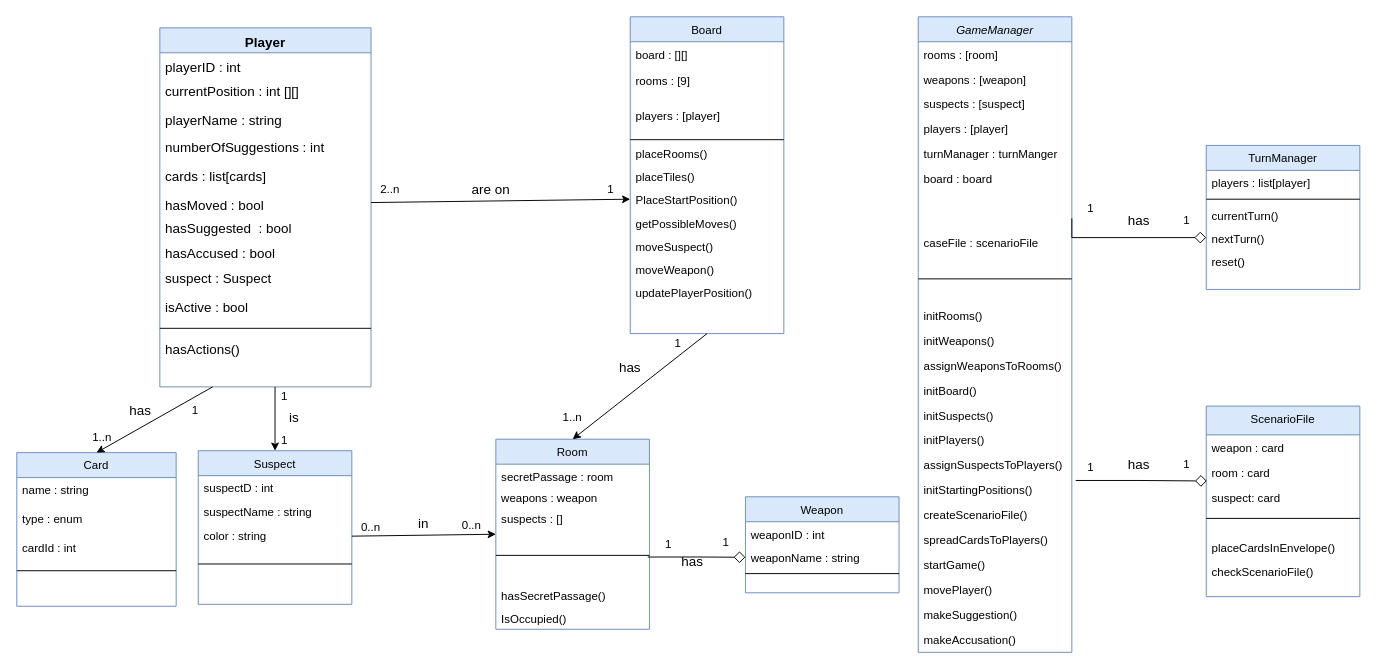
This is uml-diagram.drawio from Acelhaka/Clueless-game, a draw.io file, before an edit. Source tidied: cells renumbered, new cells numbered last; positions are measured from the earlier drawing's top-left corner, leaving out a move shared by most shapes. Both pictures are drawn from the tidied source at 96%, with x=0, y=0 at pixel (16, 16).
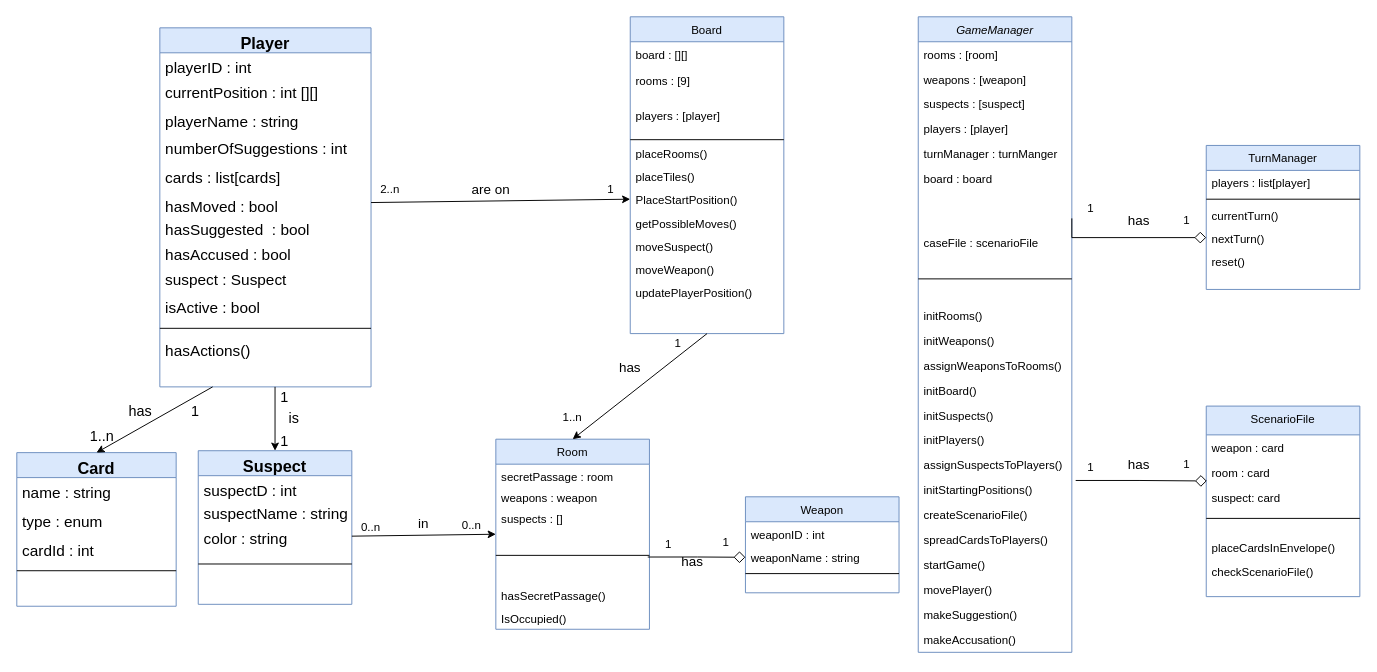
The same diagram, later.

The edit, as a diff of the source:
```diff
@@
-    <mxCell id="21" value="Player" style="swimlane;fontStyle=1;align=center;verticalAlign=top;horizontal=1;startSize=26;rounded=0;shadow=0;strokeWidth=1;swimlaneFillColor=none;fillColor=#dae8fc;strokeColor=#6c8ebf;fontSize=14;" parent="1" vertex="1">
+    <mxCell id="21" value="Player" style="swimlane;fontStyle=1;align=center;verticalAlign=top;horizontal=1;startSize=26;rounded=0;shadow=0;strokeWidth=1;swimlaneFillColor=none;fillColor=#dae8fc;strokeColor=#6c8ebf;fontSize=17;" parent="1" vertex="1">
       <mxGeometry x="149" y="11.5" width="220" height="374" as="geometry" />
     </mxCell>
-    <mxCell id="22" value="playerID : int" style="text;align=left;verticalAlign=top;spacingLeft=4;spacingRight=4;overflow=hidden;fontSize=14;" parent="21" vertex="1">
+    <mxCell id="22" value="playerID : int" style="text;align=left;verticalAlign=top;spacingLeft=4;spacingRight=4;overflow=hidden;fontSize=16;" parent="21" vertex="1">
       <mxGeometry y="26" width="220" height="26" as="geometry" />
     </mxCell>
-    <mxCell id="23" value="currentPosition : int [][]" style="text;align=left;verticalAlign=top;spacingLeft=4;spacingRight=4;overflow=hidden;rounded=0;shadow=0;html=0;fontSize=14;" parent="21" vertex="1">
+    <mxCell id="23" value="currentPosition : int [][]" style="text;align=left;verticalAlign=top;spacingLeft=4;spacingRight=4;overflow=hidden;rounded=0;shadow=0;html=0;fontSize=16;" parent="21" vertex="1">
       <mxGeometry y="52" width="220" height="30" as="geometry" />
     </mxCell>
-    <mxCell id="24" value="playerName : string" style="text;align=left;verticalAlign=top;spacingLeft=4;spacingRight=4;overflow=hidden;rounded=0;shadow=0;html=0;fontSize=14;" parent="21" vertex="1">
+    <mxCell id="24" value="playerName : string" style="text;align=left;verticalAlign=top;spacingLeft=4;spacingRight=4;overflow=hidden;rounded=0;shadow=0;html=0;fontSize=16;" parent="21" vertex="1">
       <mxGeometry y="82" width="220" height="28" as="geometry" />
     </mxCell>
-    <mxCell id="25" value="numberOfSuggestions : int" style="text;align=left;verticalAlign=top;spacingLeft=4;spacingRight=4;overflow=hidden;rounded=0;shadow=0;html=0;fontSize=14;" parent="21" vertex="1">
+    <mxCell id="25" value="numberOfSuggestions : int" style="text;align=left;verticalAlign=top;spacingLeft=4;spacingRight=4;overflow=hidden;rounded=0;shadow=0;html=0;fontSize=16;" parent="21" vertex="1">
       <mxGeometry y="110" width="220" height="30" as="geometry" />
     </mxCell>
-    <mxCell id="26" value="cards : list[cards]&#10;" style="text;align=left;verticalAlign=top;spacingLeft=4;spacingRight=4;overflow=hidden;rounded=0;shadow=0;html=0;fontSize=14;" parent="21" vertex="1">
+    <mxCell id="26" value="cards : list[cards]&#10;" style="text;align=left;verticalAlign=top;spacingLeft=4;spacingRight=4;overflow=hidden;rounded=0;shadow=0;html=0;fontSize=16;" parent="21" vertex="1">
       <mxGeometry y="140" width="220" height="30" as="geometry" />
     </mxCell>
-    <mxCell id="27" value="hasMoved : bool" style="text;align=left;verticalAlign=top;spacingLeft=4;spacingRight=4;overflow=hidden;points=[[0,0.5],[1,0.5]];portConstraint=eastwest;fontSize=14;" parent="21" vertex="1">
+    <mxCell id="27" value="hasMoved : bool" style="text;align=left;verticalAlign=top;spacingLeft=4;spacingRight=4;overflow=hidden;points=[[0,0.5],[1,0.5]];portConstraint=eastwest;fontSize=16;" parent="21" vertex="1">
       <mxGeometry y="170" width="220" height="24" as="geometry" />
     </mxCell>
-    <mxCell id="28" value="hasSuggested  : bool" style="text;align=left;verticalAlign=top;spacingLeft=4;spacingRight=4;overflow=hidden;fontSize=14;" parent="21" vertex="1">
+    <mxCell id="28" value="hasSuggested  : bool" style="text;align=left;verticalAlign=top;spacingLeft=4;spacingRight=4;overflow=hidden;fontSize=16;" parent="21" vertex="1">
       <mxGeometry y="194" width="220" height="26" as="geometry" />
     </mxCell>
-    <mxCell id="29" value="hasAccused : bool" style="text;align=left;verticalAlign=top;spacingLeft=4;spacingRight=4;overflow=hidden;fontSize=14;" parent="21" vertex="1">
+    <mxCell id="29" value="hasAccused : bool" style="text;align=left;verticalAlign=top;spacingLeft=4;spacingRight=4;overflow=hidden;fontSize=16;" parent="21" vertex="1">
       <mxGeometry y="220" width="220" height="26" as="geometry" />
     </mxCell>
-    <mxCell id="30" value="suspect : Suspect" style="text;align=left;verticalAlign=top;spacingLeft=4;spacingRight=4;overflow=hidden;rounded=0;shadow=0;html=0;fontSize=14;" parent="21" vertex="1">
+    <mxCell id="30" value="suspect : Suspect" style="text;align=left;verticalAlign=top;spacingLeft=4;spacingRight=4;overflow=hidden;rounded=0;shadow=0;html=0;fontSize=16;" parent="21" vertex="1">
       <mxGeometry y="246" width="220" height="30" as="geometry" />
     </mxCell>
-    <mxCell id="31" value="isActive : bool" style="text;align=left;verticalAlign=top;spacingLeft=4;spacingRight=4;overflow=hidden;rounded=0;shadow=0;html=0;fontSize=14;" parent="21" vertex="1">
+    <mxCell id="31" value="isActive : bool" style="text;align=left;verticalAlign=top;spacingLeft=4;spacingRight=4;overflow=hidden;rounded=0;shadow=0;html=0;fontSize=16;" parent="21" vertex="1">
       <mxGeometry y="276" width="220" height="30" as="geometry" />
     </mxCell>
@@
-    <mxCell id="33" value="hasActions()" style="text;align=left;verticalAlign=top;spacingLeft=4;spacingRight=4;overflow=hidden;fontSize=14;" parent="21" vertex="1">
+    <mxCell id="33" value="hasActions()" style="text;align=left;verticalAlign=top;spacingLeft=4;spacingRight=4;overflow=hidden;fontSize=16;" parent="21" vertex="1">
       <mxGeometry y="320" width="220" height="24" as="geometry" />
     </mxCell>
-    <mxCell id="34" value="Card" style="swimlane;fontStyle=0;align=center;verticalAlign=top;horizontal=1;startSize=26;rounded=0;shadow=0;strokeWidth=1;swimlaneFillColor=none;fillColor=#dae8fc;strokeColor=#6c8ebf;" parent="1" vertex="1">
+    <mxCell id="34" value="Card" style="swimlane;fontStyle=1;align=center;verticalAlign=top;horizontal=1;startSize=26;rounded=0;shadow=0;strokeWidth=1;swimlaneFillColor=none;fillColor=#dae8fc;strokeColor=#6c8ebf;fontSize=17;" parent="1" vertex="1">
       <mxGeometry y="454" width="166" height="160" as="geometry" />
     </mxCell>
-    <mxCell id="35" value="name : string" style="text;align=left;verticalAlign=top;spacingLeft=4;spacingRight=4;overflow=hidden;rounded=0;shadow=0;html=0;" parent="34" vertex="1">
+    <mxCell id="35" value="name : string" style="text;align=left;verticalAlign=top;spacingLeft=4;spacingRight=4;overflow=hidden;rounded=0;shadow=0;html=0;fontSize=16;" parent="34" vertex="1">
       <mxGeometry y="26" width="166" height="30" as="geometry" />
     </mxCell>
-    <mxCell id="36" value="type : enum" style="text;align=left;verticalAlign=top;spacingLeft=4;spacingRight=4;overflow=hidden;rounded=0;shadow=0;html=0;" parent="34" vertex="1">
+    <mxCell id="36" value="type : enum" style="text;align=left;verticalAlign=top;spacingLeft=4;spacingRight=4;overflow=hidden;rounded=0;shadow=0;html=0;fontSize=16;" parent="34" vertex="1">
       <mxGeometry y="56" width="166" height="30" as="geometry" />
     </mxCell>
-    <mxCell id="37" value="cardId : int" style="text;align=left;verticalAlign=top;spacingLeft=4;spacingRight=4;overflow=hidden;rounded=0;shadow=0;html=0;" parent="34" vertex="1">
+    <mxCell id="37" value="cardId : int" style="text;align=left;verticalAlign=top;spacingLeft=4;spacingRight=4;overflow=hidden;rounded=0;shadow=0;html=0;fontSize=16;" parent="34" vertex="1">
       <mxGeometry y="86" width="166" height="30" as="geometry" />
     </mxCell>
@@
-    <mxCell id="50" value="Suspect" style="swimlane;fontStyle=0;align=center;verticalAlign=top;horizontal=1;startSize=26;rounded=0;shadow=0;strokeWidth=1;swimlaneFillColor=none;fillColor=#dae8fc;strokeColor=#6c8ebf;" parent="1" vertex="1">
+    <mxCell id="50" value="Suspect" style="swimlane;fontStyle=1;align=center;verticalAlign=top;horizontal=1;startSize=26;rounded=0;shadow=0;strokeWidth=1;swimlaneFillColor=none;fillColor=#dae8fc;strokeColor=#6c8ebf;fontSize=17;" parent="1" vertex="1">
       <mxGeometry x="189" y="452" width="160" height="160" as="geometry" />
     </mxCell>
-    <mxCell id="51" value="suspectD : int" style="text;align=left;verticalAlign=top;spacingLeft=4;spacingRight=4;overflow=hidden;" parent="50" vertex="1">
+    <mxCell id="51" value="suspectD : int" style="text;align=left;verticalAlign=top;spacingLeft=4;spacingRight=4;overflow=hidden;fontSize=16;" parent="50" vertex="1">
       <mxGeometry y="26" width="160" height="24" as="geometry" />
     </mxCell>
-    <mxCell id="52" value="suspectName : string" style="text;align=left;verticalAlign=top;spacingLeft=4;spacingRight=4;overflow=hidden;" parent="50" vertex="1">
+    <mxCell id="52" value="suspectName : string" style="text;align=left;verticalAlign=top;spacingLeft=4;spacingRight=4;overflow=hidden;fontSize=16;" parent="50" vertex="1">
       <mxGeometry y="50" width="160" height="26" as="geometry" />
     </mxCell>
-    <mxCell id="53" value="color : string" style="text;align=left;verticalAlign=top;spacingLeft=4;spacingRight=4;overflow=hidden;points=[[0,0.5],[1,0.5]];portConstraint=eastwest;" parent="50" vertex="1">
+    <mxCell id="53" value="color : string" style="text;align=left;verticalAlign=top;spacingLeft=4;spacingRight=4;overflow=hidden;points=[[0,0.5],[1,0.5]];portConstraint=eastwest;fontSize=16;" parent="50" vertex="1">
       <mxGeometry y="76" width="160" height="26" as="geometry" />
     </mxCell>
@@
-    <mxCell id="66" value="&lt;font style=&quot;font-size: 14px&quot;&gt;is&lt;/font&gt;" style="text;html=1;strokeColor=none;fillColor=none;align=center;verticalAlign=middle;whiteSpace=wrap;rounded=0;" parent="1" vertex="1">
+    <mxCell id="66" value="&lt;font style=&quot;font-size: 15px&quot;&gt;is&lt;/font&gt;" style="text;html=1;strokeColor=none;fillColor=none;align=center;verticalAlign=middle;whiteSpace=wrap;rounded=0;" parent="1" vertex="1">
       <mxGeometry x="269" y="408" width="40" height="20" as="geometry" />
     </mxCell>
-    <mxCell id="67" value="1" style="text;html=1;strokeColor=none;fillColor=none;align=center;verticalAlign=middle;whiteSpace=wrap;rounded=0;" parent="1" vertex="1">
+    <mxCell id="67" value="&lt;font style=&quot;font-size: 15px&quot;&gt;1&lt;/font&gt;" style="text;html=1;strokeColor=none;fillColor=none;align=center;verticalAlign=middle;whiteSpace=wrap;rounded=0;" parent="1" vertex="1">
       <mxGeometry x="259" y="385.5" width="40" height="20" as="geometry" />
     </mxCell>
-    <mxCell id="68" value="1" style="text;html=1;strokeColor=none;fillColor=none;align=center;verticalAlign=middle;whiteSpace=wrap;rounded=0;" parent="1" vertex="1">
+    <mxCell id="68" value="&lt;font style=&quot;font-size: 15px&quot;&gt;1&lt;/font&gt;" style="text;html=1;strokeColor=none;fillColor=none;align=center;verticalAlign=middle;whiteSpace=wrap;rounded=0;" parent="1" vertex="1">
       <mxGeometry x="259" y="432" width="40" height="20" as="geometry" />
     </mxCell>
@@
-    <mxCell id="111" value="1" style="text;html=1;strokeColor=none;fillColor=none;align=center;verticalAlign=middle;whiteSpace=wrap;rounded=0;" parent="1" vertex="1">
+    <mxCell id="111" value="&lt;font style=&quot;font-size: 15px&quot;&gt;1&lt;/font&gt;" style="text;html=1;strokeColor=none;fillColor=none;align=center;verticalAlign=middle;whiteSpace=wrap;rounded=0;" parent="1" vertex="1">
       <mxGeometry x="166" y="400" width="40" height="20" as="geometry" />
     </mxCell>
-    <mxCell id="112" value="1..n" style="text;html=1;strokeColor=none;fillColor=none;align=center;verticalAlign=middle;whiteSpace=wrap;rounded=0;" parent="1" vertex="1">
-      <mxGeometry x="69" y="428" width="40" height="20" as="geometry" />
+    <mxCell id="112" value="&lt;font style=&quot;font-size: 15px&quot;&gt;1..n&lt;/font&gt;" style="text;html=1;strokeColor=none;fillColor=none;align=center;verticalAlign=middle;whiteSpace=wrap;rounded=0;" parent="1" vertex="1">
+      <mxGeometry x="69" y="426" width="40" height="20" as="geometry" />
     </mxCell>
-    <mxCell id="113" value="&lt;font style=&quot;font-size: 14px&quot;&gt;has&lt;/font&gt;" style="text;html=1;strokeColor=none;fillColor=none;align=center;verticalAlign=middle;whiteSpace=wrap;rounded=0;" parent="1" vertex="1">
+    <mxCell id="113" value="&lt;font style=&quot;font-size: 15px&quot;&gt;has&lt;/font&gt;" style="text;html=1;strokeColor=none;fillColor=none;align=center;verticalAlign=middle;whiteSpace=wrap;rounded=0;" parent="1" vertex="1">
       <mxGeometry x="109" y="400" width="40" height="20" as="geometry" />
     </mxCell>
```
